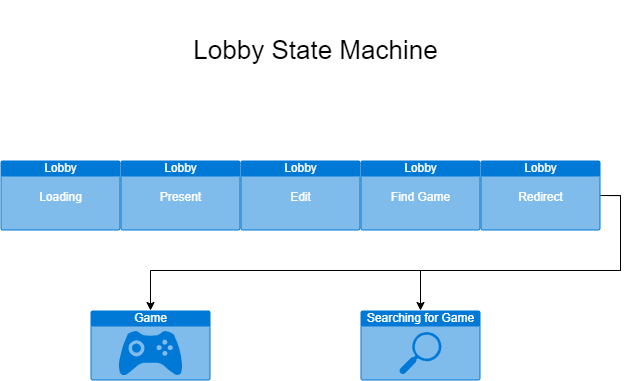
Earlier version of the draw.io export docs/diagrams/frontend/lobby.drawio.png (Gongamax/Gomoku-Web). Source tidied: cells renumbered, new cells last; positions are measured from the earlier drawing's top-left corner, leaving out a move shared by most shapes.
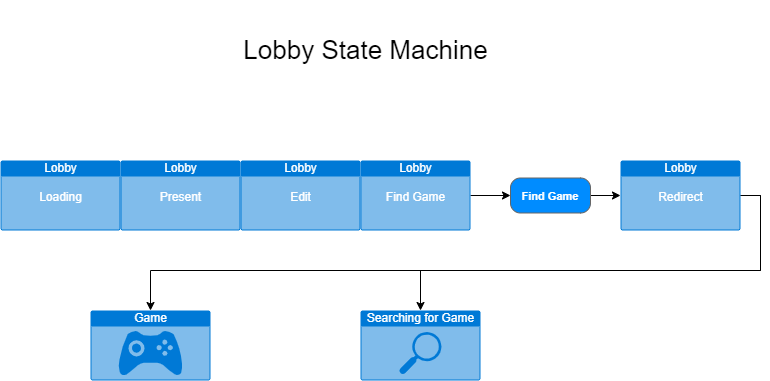
Above is the later version.

The edit, as a diff of the source:
```diff
@@ -3,7 +3,7 @@
     <mxCell id="0" />
     <mxCell id="1" parent="0" />
     <mxCell id="2" value="&lt;p style=&quot;line-height: 140%; font-size: 26px;&quot;&gt;Lobby State Machine&lt;/p&gt;" style="text;html=1;align=center;verticalAlign=middle;strokeColor=none;fillColor=none;" parent="1" vertex="1">
-      <mxGeometry x="180" width="270" height="100" as="geometry" />
+      <mxGeometry x="230" width="270" height="100" as="geometry" />
     </mxCell>
     <mxCell id="3" value="Lobby&lt;br&gt;&lt;br&gt;Loading" style="html=1;strokeColor=none;fillColor=#0079D6;labelPosition=center;verticalLabelPosition=middle;verticalAlign=top;align=center;fontSize=12;spacingTop=-6;fontColor=#FFFFFF;sketch=0;shape=mxgraph.sitemap.page;" parent="1" vertex="1">
       <mxGeometry y="160" width="120" height="70" as="geometry" />
@@ -14,8 +14,11 @@
     <mxCell id="5" value="Lobby&lt;br&gt;&lt;br&gt;Edit" style="html=1;strokeColor=none;fillColor=#0079D6;labelPosition=center;verticalLabelPosition=middle;verticalAlign=top;align=center;fontSize=12;spacingTop=-6;fontColor=#FFFFFF;sketch=0;shape=mxgraph.sitemap.page;" parent="1" vertex="1">
       <mxGeometry x="240" y="160" width="120" height="70" as="geometry" />
     </mxCell>
+    <mxCell id="12" style="edgeStyle=orthogonalEdgeStyle;rounded=0;jettySize=auto;html=1;fontSize=11;" parent="1" edge="1" source="6" target="14">
+      <mxGeometry relative="1" as="geometry" />
+    </mxCell>
     <mxCell id="6" value="Lobby&lt;br&gt;&lt;br&gt;Find Game" style="html=1;strokeColor=none;fillColor=#0079D6;labelPosition=center;verticalLabelPosition=middle;verticalAlign=top;align=center;fontSize=12;outlineConnect=0;spacingTop=-6;fontColor=#FFFFFF;sketch=0;shape=mxgraph.sitemap.page;" parent="1" vertex="1">
-      <mxGeometry x="360" y="160" width="120" height="70" as="geometry" />
+      <mxGeometry x="360" y="160" width="110" height="70" as="geometry" />
     </mxCell>
     <mxCell id="7" style="edgeStyle=orthogonalEdgeStyle;rounded=0;jettySize=auto;html=1;exitX=1;exitY=0.5;exitDx=0;exitDy=0;exitPerimeter=0;entryX=0.5;entryY=0;entryDx=0;entryDy=0;entryPerimeter=0;" parent="1" edge="1" source="9" target="10">
       <mxGeometry relative="1" as="geometry" />
@@ -24,7 +27,7 @@
       <mxGeometry relative="1" as="geometry" />
     </mxCell>
     <mxCell id="9" value="Lobby&lt;br&gt;&lt;br&gt;Redirect" style="html=1;strokeColor=none;fillColor=#0079D6;labelPosition=center;verticalLabelPosition=middle;verticalAlign=top;align=center;fontSize=12;outlineConnect=0;spacingTop=-6;fontColor=#FFFFFF;sketch=0;shape=mxgraph.sitemap.page;" parent="1" vertex="1">
-      <mxGeometry x="480" y="160" width="120" height="70" as="geometry" />
+      <mxGeometry x="620" y="160" width="120" height="70" as="geometry" />
     </mxCell>
     <mxCell id="10" value="Game" style="html=1;strokeColor=none;fillColor=#0079D6;labelPosition=center;verticalLabelPosition=middle;verticalAlign=top;align=center;fontSize=12;outlineConnect=0;spacingTop=-6;fontColor=#FFFFFF;sketch=0;shape=mxgraph.sitemap.game;" parent="1" vertex="1">
       <mxGeometry x="90" y="310" width="120" height="70" as="geometry" />
@@ -32,5 +35,11 @@
     <mxCell id="11" value="Searching for Game" style="html=1;strokeColor=none;fillColor=#0079D6;labelPosition=center;verticalLabelPosition=middle;verticalAlign=top;align=center;fontSize=12;outlineConnect=0;spacingTop=-6;fontColor=#FFFFFF;sketch=0;shape=mxgraph.sitemap.search;" parent="1" vertex="1">
       <mxGeometry x="360" y="310" width="120" height="70" as="geometry" />
     </mxCell>
+    <mxCell id="13" style="edgeStyle=orthogonalEdgeStyle;rounded=0;jettySize=auto;html=1;entryX=0;entryY=0.5;entryDx=0;entryDy=0;entryPerimeter=0;fontSize=11;" parent="1" edge="1" source="14" target="9">
+      <mxGeometry relative="1" as="geometry" />
+    </mxCell>
+    <mxCell id="14" value="&lt;font style=&quot;font-size: 11px;&quot;&gt;Find Game&lt;/font&gt;" style="strokeWidth=1;shadow=0;dashed=0;align=center;html=1;shape=mxgraph.mockup.buttons.button;strokeColor=#666666;fontColor=#ffffff;mainText=;buttonStyle=round;fontSize=17;fontStyle=1;fillColor=#008cff;whiteSpace=wrap;" parent="1" vertex="1">
+      <mxGeometry x="510" y="177.5" width="80" height="35" as="geometry" />
+    </mxCell>
   </root>
 </mxGraphModel>
```
